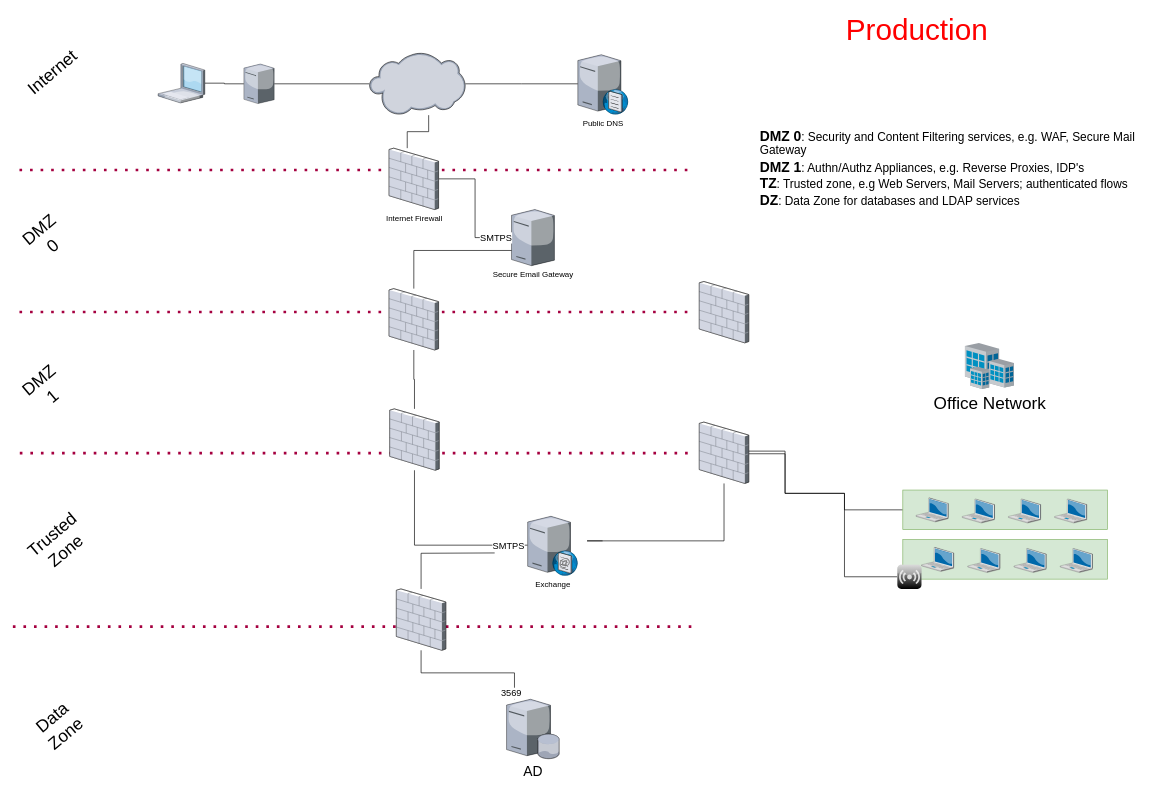
dachachacha/dotfiles keeps this draw.io diagram as page "high level" (2 of 4) of Untitled Diagram.drawio. Above is the earlier version. Source tidied: cells renumbered, new cells numbered last; positions are measured from the earlier drawing's top-left corner, leaving out a move shared by most shapes. Both pictures are drawn from the tidied source at 66%, with x=0, y=0 at pixel (13, 19).
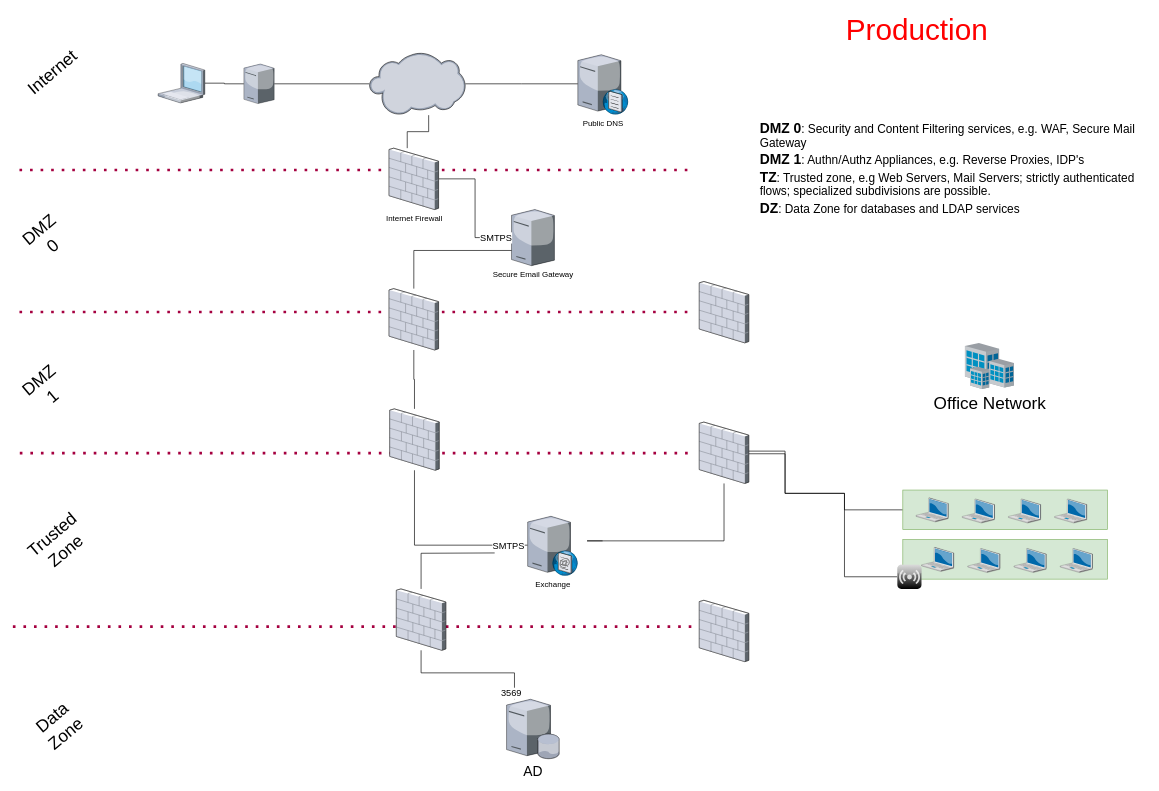
The same diagram, later.

What changed in the source:
```diff
@@
-    <mxCell id="46" value="&lt;font style=&quot;&quot;&gt;&lt;b style=&quot;&quot;&gt;&lt;font style=&quot;font-size: 21px;&quot;&gt;DMZ 0&lt;/font&gt;&lt;/b&gt;&lt;span style=&quot;font-size: 18px;&quot;&gt;: Security and Content Filtering services, e.g. WAF, Secure Mail Gateway&lt;/span&gt;&lt;br&gt;&lt;font style=&quot;font-size: 21px;&quot;&gt;&lt;b&gt;DMZ 1&lt;/b&gt;&lt;/font&gt;&lt;span style=&quot;font-size: 18px;&quot;&gt;: Authn/Authz Appliances, e.g. Reverse Proxies, IDP's&lt;/span&gt;&lt;br&gt;&lt;b style=&quot;&quot;&gt;&lt;font style=&quot;font-size: 21px;&quot;&gt;TZ&lt;/font&gt;&lt;/b&gt;&lt;span style=&quot;font-size: 18px;&quot;&gt;: Trusted zone, e.g Web Servers, Mail Servers; authenticated flows&lt;br&gt;&lt;/span&gt;&lt;font style=&quot;font-size: 21px;&quot;&gt;&lt;b&gt;DZ&lt;/b&gt;&lt;/font&gt;&lt;font style=&quot;font-size: 18px;&quot;&gt;: Data Zone for databases and LDAP services&lt;/font&gt;&lt;br&gt;&lt;/font&gt;" style="text;html=1;strokeColor=none;fillColor=none;align=left;verticalAlign=middle;whiteSpace=wrap;rounded=0;fontSize=12;rotation=0;" parent="1" vertex="1">
+    <mxCell id="46" value="&lt;font style=&quot;&quot;&gt;&lt;b style=&quot;&quot;&gt;&lt;font style=&quot;font-size: 21px;&quot;&gt;DMZ 0&lt;/font&gt;&lt;/b&gt;&lt;span style=&quot;font-size: 18px;&quot;&gt;: Security and Content Filtering services, e.g. WAF, Secure Mail Gateway&lt;/span&gt;&lt;br&gt;&lt;font style=&quot;font-size: 21px;&quot;&gt;&lt;b&gt;DMZ 1&lt;/b&gt;&lt;/font&gt;&lt;span style=&quot;font-size: 18px;&quot;&gt;: Authn/Authz Appliances, e.g. Reverse Proxies, IDP's&lt;/span&gt;&lt;br&gt;&lt;b style=&quot;&quot;&gt;&lt;font style=&quot;font-size: 21px;&quot;&gt;TZ&lt;/font&gt;&lt;/b&gt;&lt;span style=&quot;font-size: 18px;&quot;&gt;: Trusted zone, e.g Web Servers, Mail Servers; strictly authenticated flows; specialized subdivisions are possible.&lt;br&gt;&lt;/span&gt;&lt;font style=&quot;font-size: 21px;&quot;&gt;&lt;b&gt;DZ&lt;/b&gt;&lt;/font&gt;&lt;font style=&quot;font-size: 18px;&quot;&gt;: Data Zone for databases and LDAP services&lt;/font&gt;&lt;br&gt;&lt;/font&gt;" style="text;html=1;strokeColor=none;fillColor=none;align=left;verticalAlign=middle;whiteSpace=wrap;rounded=0;fontSize=12;rotation=0;" parent="1" vertex="1">
       <mxGeometry x="1130" y="210" width="590" height="30" as="geometry" />
     </mxCell>
@@
+    <mxCell id="54" style="verticalLabelPosition=bottom;sketch=0;html=1;verticalAlign=top;strokeColor=none;align=center;shape=mxgraph.citrix.firewall;fontSize=26;" parent="1" vertex="1">
+      <mxGeometry x="1040" y="880" width="75" height="93" as="geometry" />
+    </mxCell>
```
